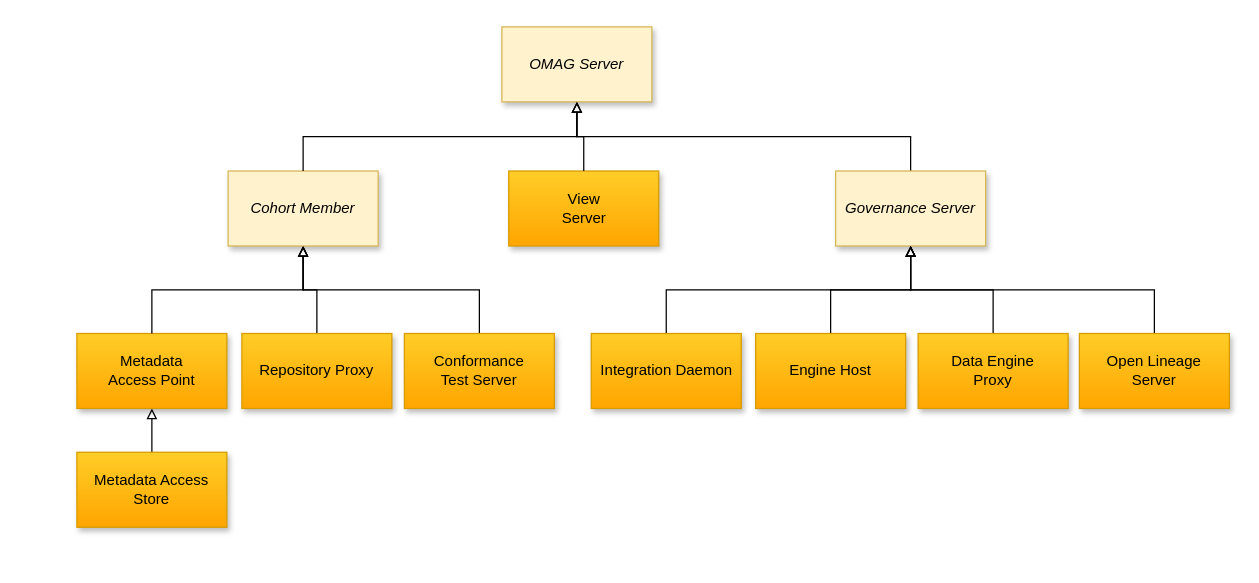
The draw.io diagram page "types-of-omag-servers" (2 of 27) of site/docs/guides/admin/egeria-admin.drawio in odpi/egeria-docs, before the edit. Source tidied: cells renumbered, new cells numbered last; positions are measured from the earlier drawing's top-left corner, leaving out a move shared by most shapes. Both pictures are drawn from the tidied source at 125%, with x=0, y=0 at pixel (76, 26).
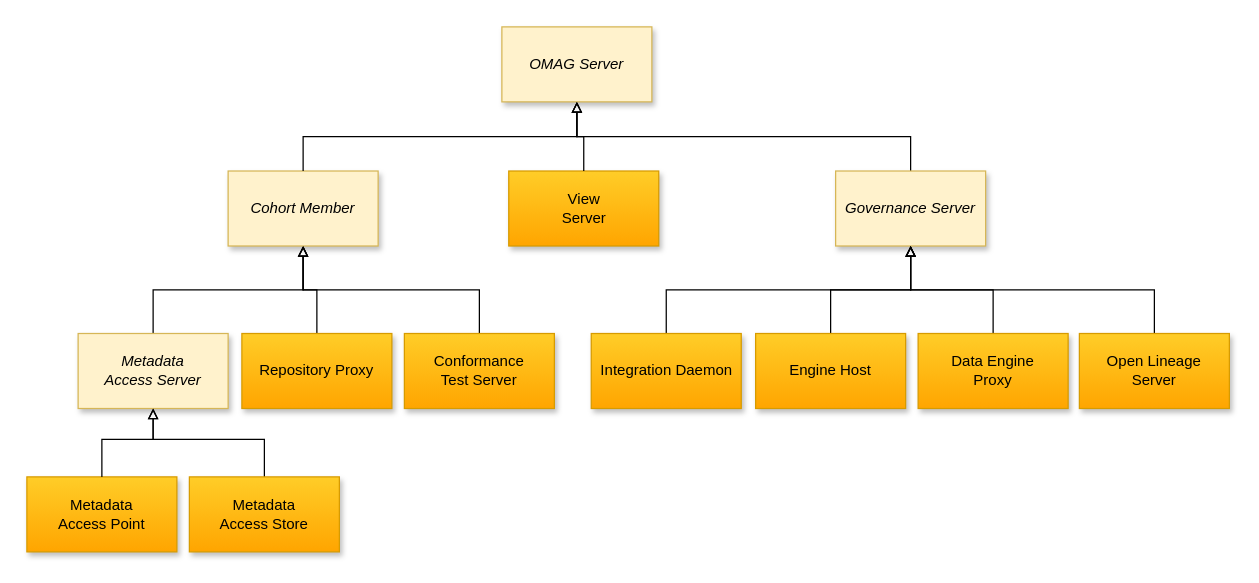
After the change.

The change refers to these unchanged cells:
```xml
<mxCell id="16" value="Cohort Member" style="rounded=0;whiteSpace=wrap;html=1;fillColor=#fff2cc;strokeColor=#d6b656;fontStyle=2;shadow=1;" parent="1" vertex="1">
  <mxGeometry x="121" y="115.3" width="120" height="60" as="geometry" />
</mxCell>
```

The edit, as a diff of the source:
```diff
@@
-    <mxCell id="10" style="edgeStyle=orthogonalEdgeStyle;rounded=0;jettySize=auto;html=1;exitX=0.5;exitY=0;exitDx=0;exitDy=0;entryX=0.5;entryY=1;entryDx=0;entryDy=0;endArrow=block;endFill=0;" parent="1" edge="1" source="11" target="20">
-      <mxGeometry relative="1" as="geometry" />
+    <mxCell id="10" style="edgeStyle=orthogonalEdgeStyle;rounded=0;jettySize=auto;html=1;exitX=0.5;exitY=0;exitDx=0;exitDy=0;endArrow=block;endFill=0;entryX=0.5;entryY=1;entryDx=0;entryDy=0;" parent="1" edge="1" source="11" target="25">
+      <mxGeometry relative="1" as="geometry">
+        <Array as="points">
+          <mxPoint x="150" y="330" />
+          <mxPoint x="61" y="330" />
+        </Array>
+      </mxGeometry>
     </mxCell>
-    <mxCell id="11" value="Metadata Access Store" style="rounded=0;whiteSpace=wrap;html=1;fillColor=#ffcd28;strokeColor=#d79b00;gradientColor=#ffa500;shadow=1;" parent="1" vertex="1">
-      <mxGeometry y="340.3" width="120" height="60" as="geometry" />
+    <mxCell id="11" value="Metadata&lt;br&gt;Access Store" style="rounded=0;whiteSpace=wrap;html=1;fillColor=#ffcd28;strokeColor=#d79b00;gradientColor=#ffa500;shadow=1;" parent="1" vertex="1">
+      <mxGeometry x="90" y="360" width="120" height="60" as="geometry" />
     </mxCell>
@@
     <mxCell id="20" value="Metadata&lt;br&gt;Access Point" style="rounded=0;whiteSpace=wrap;html=1;fillColor=#ffcd28;strokeColor=#d79b00;gradientColor=#ffa500;shadow=1;" parent="1" vertex="1">
-      <mxGeometry y="245.3" width="120" height="60" as="geometry" />
+      <mxGeometry x="-40" y="360" width="120" height="60" as="geometry" />
     </mxCell>
@@
-    <mxCell id="22" style="edgeStyle=orthogonalEdgeStyle;rounded=0;jettySize=auto;html=1;exitX=0.5;exitY=0;exitDx=0;exitDy=0;entryX=0.5;entryY=1;entryDx=0;entryDy=0;endArrow=block;endFill=0;" parent="1" edge="1" source="20" target="16">
+    <mxCell id="22" style="edgeStyle=orthogonalEdgeStyle;rounded=0;jettySize=auto;html=1;exitX=0.5;exitY=0;exitDx=0;exitDy=0;entryX=0.5;entryY=1;entryDx=0;entryDy=0;endArrow=block;endFill=0;" parent="1" edge="1" source="25" target="16">
       <mxGeometry relative="1" as="geometry" />
     </mxCell>
@@
+    <mxCell id="25" value="Metadata&lt;br&gt;Access Server" style="rounded=0;whiteSpace=wrap;html=1;fillColor=#fff2cc;strokeColor=#d6b656;fontStyle=2;shadow=1;" parent="1" vertex="1">
+      <mxGeometry x="1" y="245.3" width="120" height="60" as="geometry" />
+    </mxCell>
+    <mxCell id="26" style="edgeStyle=orthogonalEdgeStyle;rounded=0;jettySize=auto;html=1;entryX=0.5;entryY=1;entryDx=0;entryDy=0;endArrow=block;endFill=0;exitX=0.5;exitY=0;exitDx=0;exitDy=0;" parent="1" edge="1" source="20" target="25">
+      <mxGeometry relative="1" as="geometry">
+        <Array as="points">
+          <mxPoint x="20" y="330" />
+          <mxPoint x="61" y="330" />
+        </Array>
+      </mxGeometry>
+    </mxCell>
```
